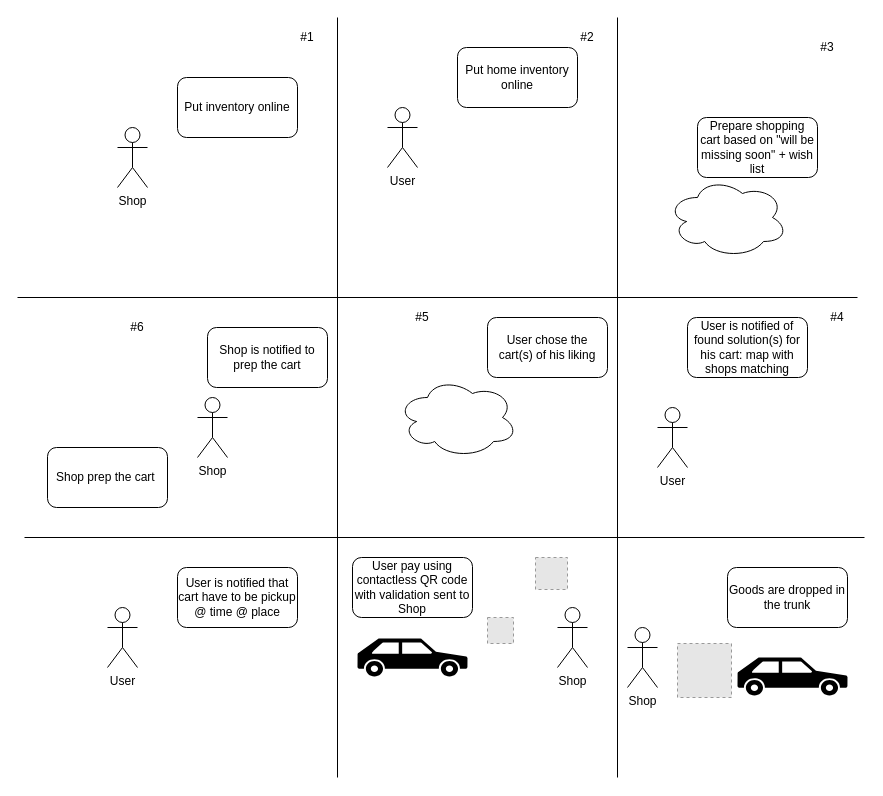
The draw.io diagram Untitled Diagram.drawio in a4ng3l/shopfromadistance, before the edit. Source tidied: cells renumbered, new cells numbered last; positions are measured from the earlier drawing's top-left corner, leaving out a move shared by most shapes. Both pictures are drawn from the tidied source at 100%, with x=0, y=0 at pixel (17, 17). Pictures stored in the file or linked from it are replaced by grey dashed boxes.
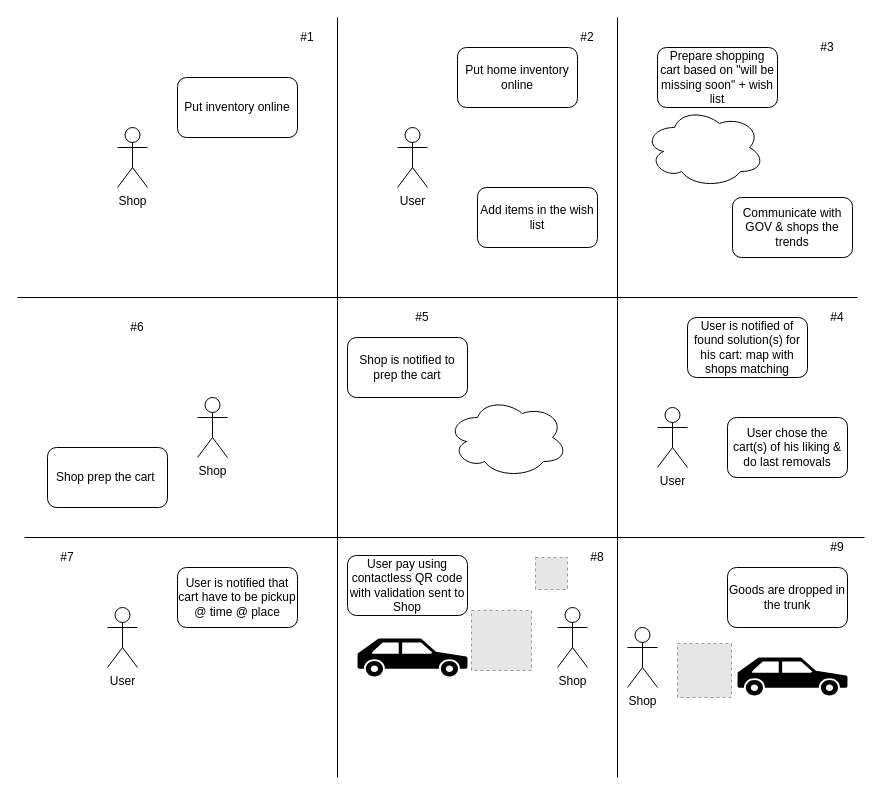
The same page after the edit.

The edit, as a diff of the source:
```diff
@@
     <mxCell id="6" value="User&lt;br&gt;" style="shape=umlActor;verticalLabelPosition=bottom;labelBackgroundColor=#ffffff;verticalAlign=top;html=1;" parent="1" vertex="1">
-      <mxGeometry x="370" y="90" width="30" height="60" as="geometry" />
+      <mxGeometry x="380" y="110" width="30" height="60" as="geometry" />
     </mxCell>
@@
     <mxCell id="9" value="Prepare shopping cart based on &quot;will be missing soon&quot; + wish list" style="rounded=1;whiteSpace=wrap;html=1;" parent="1" vertex="1">
-      <mxGeometry x="680" y="100" width="120" height="60" as="geometry" />
+      <mxGeometry x="640" y="30" width="120" height="60" as="geometry" />
     </mxCell>
@@
     <mxCell id="11" style="ellipse;shape=cloud;whiteSpace=wrap;html=1;" parent="1" vertex="1">
-      <mxGeometry x="650" y="160" width="120" height="80" as="geometry" />
+      <mxGeometry x="627" y="90" width="120" height="80" as="geometry" />
     </mxCell>
@@
-    <mxCell id="13" value="User chose the cart(s) of his liking" style="rounded=1;whiteSpace=wrap;html=1;" parent="1" vertex="1">
-      <mxGeometry x="470" y="300" width="120" height="60" as="geometry" />
+    <mxCell id="13" value="User chose the cart(s) of his liking &amp;amp; do last removals" style="rounded=1;whiteSpace=wrap;html=1;" parent="1" vertex="1">
+      <mxGeometry x="710" y="400" width="120" height="60" as="geometry" />
     </mxCell>
@@
     <mxCell id="15" value="Shop is notified to prep the cart" style="rounded=1;whiteSpace=wrap;html=1;" parent="1" vertex="1">
-      <mxGeometry x="190" y="310" width="120" height="60" as="geometry" />
+      <mxGeometry x="330" y="320" width="120" height="60" as="geometry" />
     </mxCell>
     <mxCell id="16" style="ellipse;shape=cloud;whiteSpace=wrap;html=1;" parent="1" vertex="1">
-      <mxGeometry x="380" y="360" width="120" height="80" as="geometry" />
+      <mxGeometry x="430" y="380" width="120" height="80" as="geometry" />
     </mxCell>
@@
     <mxCell id="35" value="User pay using contactless QR code with validation sent to Shop" style="rounded=1;whiteSpace=wrap;html=1;" parent="1" vertex="1">
-      <mxGeometry x="335" y="540" width="120" height="60" as="geometry" />
+      <mxGeometry x="330" y="538" width="120" height="60" as="geometry" />
     </mxCell>
+    <mxCell id="36" value="#7" style="text;html=1;strokeColor=none;fillColor=none;align=center;verticalAlign=middle;whiteSpace=wrap;rounded=0;" parent="1" vertex="1">
+      <mxGeometry x="30" y="530" width="40" height="20" as="geometry" />
+    </mxCell>
+    <mxCell id="37" value="#8" style="text;html=1;strokeColor=none;fillColor=none;align=center;verticalAlign=middle;whiteSpace=wrap;rounded=0;" parent="1" vertex="1">
+      <mxGeometry x="560" y="530" width="40" height="20" as="geometry" />
+    </mxCell>
+    <mxCell id="38" value="#9" style="text;html=1;strokeColor=none;fillColor=none;align=center;verticalAlign=middle;whiteSpace=wrap;rounded=0;" parent="1" vertex="1">
+      <mxGeometry x="800" y="520" width="40" height="20" as="geometry" />
+    </mxCell>
+    <mxCell id="39" value="Communicate with GOV &amp;amp; shops the trends" style="rounded=1;whiteSpace=wrap;html=1;" parent="1" vertex="1">
+      <mxGeometry x="715" y="180" width="120" height="60" as="geometry" />
+    </mxCell>
+    <mxCell id="40" style="fillColor=#E6E6E6;strokeColor=#999999;dashed=1;html=1;verticalAlign=top;verticalLabelPosition=bottom;labelBackgroundColor=#ffffff;" parent="1" vertex="1">
+      <mxGeometry x="454" y="593" width="60" height="60" as="geometry" />
+    </mxCell>
+    <mxCell id="41" value="Add items in the wish list" style="rounded=1;whiteSpace=wrap;html=1;" parent="1" vertex="1">
+      <mxGeometry x="460" y="170" width="120" height="60" as="geometry" />
+    </mxCell>
```
